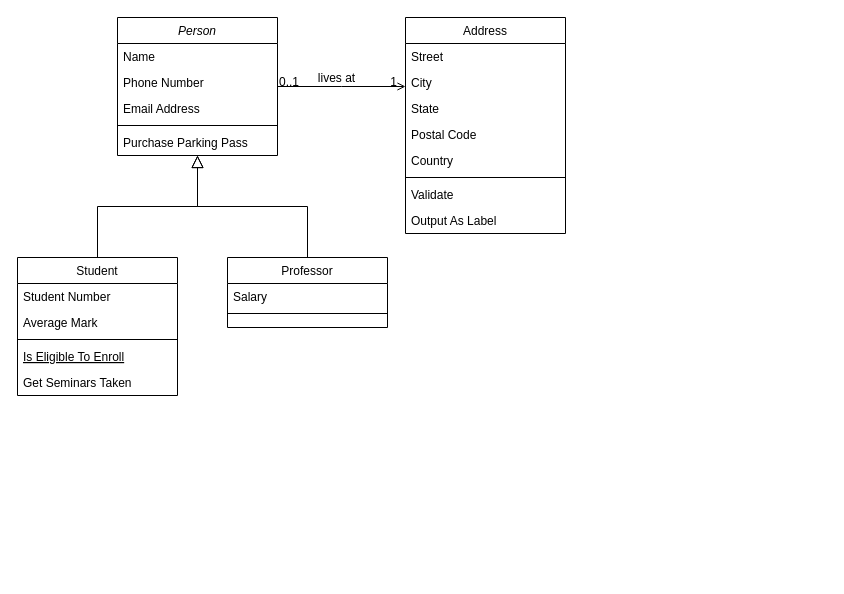
The draw.io diagram database-diagram.drawio in jezreelkosasih/diagram, before the edit. Source tidied: cells renumbered, new cells numbered last; positions are measured from the earlier drawing's top-left corner, leaving out a move shared by most shapes. Both pictures are drawn from the tidied source at 100%, with x=0, y=0 at pixel (17, 17).
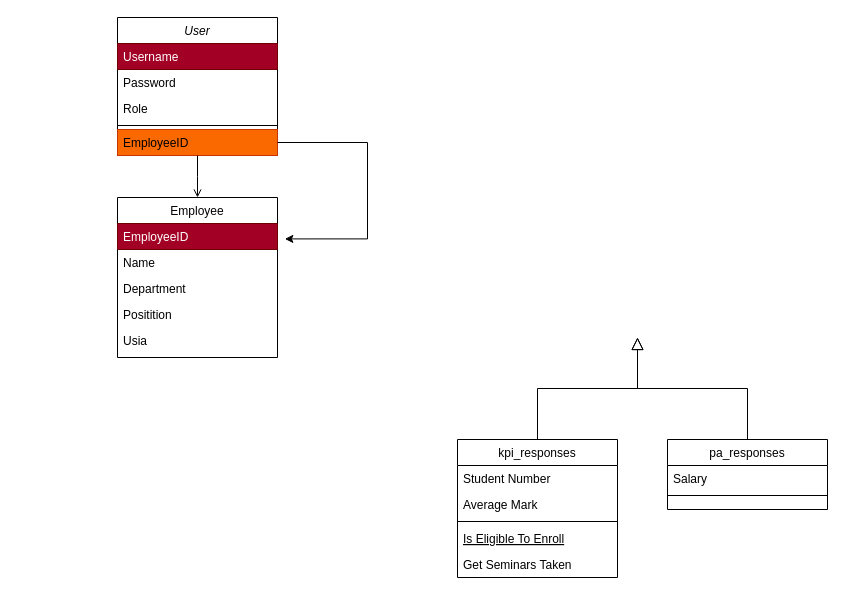
The same diagram, later.

The change refers to these unchanged cells:
```xml
<mxCell id="28" style="endArrow=open;shadow=0;strokeWidth=1;rounded=0;endFill=1;edgeStyle=elbowEdgeStyle;elbow=vertical;" parent="1" edge="1" source="2" target="19">
  <mxGeometry x="0.5" y="41" relative="1" as="geometry">
    <mxPoint x="-40" y="32" as="offset" />
  </mxGeometry>
</mxCell>
```

Diff of the diagram source:
```diff
@@
-    <mxCell id="2" value="Person" style="swimlane;fontStyle=2;align=center;verticalAlign=top;horizontal=1;startSize=26;rounded=0;shadow=0;strokeWidth=1;" parent="1" vertex="1">
+    <mxCell id="2" value="User" style="swimlane;fontStyle=2;align=center;verticalAlign=top;horizontal=1;startSize=26;rounded=0;shadow=0;strokeWidth=1;" parent="1" vertex="1">
       <mxGeometry x="100" width="160" height="138" as="geometry" />
     </mxCell>
-    <mxCell id="3" value="Name" style="text;align=left;verticalAlign=top;spacingLeft=4;spacingRight=4;overflow=hidden;" parent="2" vertex="1">
+    <mxCell id="3" value="Username" style="text;align=left;verticalAlign=top;spacingLeft=4;spacingRight=4;overflow=hidden;fillColor=#a20025;fontColor=#ffffff;strokeColor=#6F0000;" parent="2" vertex="1">
       <mxGeometry y="26" width="160" height="26" as="geometry" />
     </mxCell>
-    <mxCell id="4" value="Phone Number" style="text;align=left;verticalAlign=top;spacingLeft=4;spacingRight=4;overflow=hidden;rounded=0;shadow=0;html=0;" parent="2" vertex="1">
+    <mxCell id="4" value="Password" style="text;align=left;verticalAlign=top;spacingLeft=4;spacingRight=4;overflow=hidden;rounded=0;shadow=0;html=0;" parent="2" vertex="1">
       <mxGeometry y="52" width="160" height="26" as="geometry" />
     </mxCell>
-    <mxCell id="5" value="Email Address" style="text;align=left;verticalAlign=top;spacingLeft=4;spacingRight=4;overflow=hidden;rounded=0;shadow=0;html=0;" parent="2" vertex="1">
+    <mxCell id="5" value="Role" style="text;align=left;verticalAlign=top;spacingLeft=4;spacingRight=4;overflow=hidden;rounded=0;shadow=0;html=0;" parent="2" vertex="1">
       <mxGeometry y="78" width="160" height="26" as="geometry" />
     </mxCell>
@@
-    <mxCell id="7" value="Purchase Parking Pass" style="text;align=left;verticalAlign=top;spacingLeft=4;spacingRight=4;overflow=hidden;points=[[0,0.5],[1,0.5]];portConstraint=eastwest;" parent="2" vertex="1">
+    <mxCell id="7" value="EmployeeID" style="text;align=left;verticalAlign=top;spacingLeft=4;spacingRight=4;overflow=hidden;points=[[0,0.5],[1,0.5]];portConstraint=eastwest;fillColor=#fa6800;fontColor=#000000;strokeColor=#C73500;" parent="2" vertex="1">
       <mxGeometry y="112" width="160" height="26" as="geometry" />
     </mxCell>
-    <mxCell id="8" value="Student" style="swimlane;fontStyle=0;align=center;verticalAlign=top;horizontal=1;startSize=26;rounded=0;shadow=0;strokeWidth=1;" parent="1" vertex="1">
-      <mxGeometry y="240" width="160" height="138" as="geometry" />
+    <mxCell id="8" value="kpi_responses" style="swimlane;fontStyle=0;align=center;verticalAlign=top;horizontal=1;startSize=26;rounded=0;shadow=0;strokeWidth=1;" parent="1" vertex="1">
+      <mxGeometry x="440" y="422" width="160" height="138" as="geometry" />
     </mxCell>
@@
-    <mxCell id="14" style="endArrow=block;endSize=10;endFill=0;shadow=0;strokeWidth=1;rounded=0;edgeStyle=elbowEdgeStyle;elbow=vertical;" parent="1" edge="1" source="8" target="2">
-      <mxGeometry relative="1" as="geometry" />
+    <mxCell id="14" style="endArrow=block;endSize=10;endFill=0;shadow=0;strokeWidth=1;rounded=0;edgeStyle=elbowEdgeStyle;elbow=vertical;" parent="1" edge="1" source="8">
+      <mxGeometry relative="1" as="geometry">
+        <mxPoint x="620" y="320" as="targetPoint" />
+      </mxGeometry>
     </mxCell>
-    <mxCell id="15" value="Professor" style="swimlane;fontStyle=0;align=center;verticalAlign=top;horizontal=1;startSize=26;rounded=0;shadow=0;strokeWidth=1;" parent="1" vertex="1">
-      <mxGeometry x="210" y="240" width="160" height="70" as="geometry" />
+    <mxCell id="15" value="pa_responses" style="swimlane;fontStyle=0;align=center;verticalAlign=top;horizontal=1;startSize=26;rounded=0;shadow=0;strokeWidth=1;" parent="1" vertex="1">
+      <mxGeometry x="650" y="422" width="160" height="70" as="geometry" />
     </mxCell>
@@
-    <mxCell id="18" style="endArrow=block;endSize=10;endFill=0;shadow=0;strokeWidth=1;rounded=0;edgeStyle=elbowEdgeStyle;elbow=vertical;" parent="1" edge="1" source="15" target="2">
-      <mxGeometry relative="1" as="geometry" />
+    <mxCell id="18" style="endArrow=block;endSize=10;endFill=0;shadow=0;strokeWidth=1;rounded=0;edgeStyle=elbowEdgeStyle;elbow=vertical;" parent="1" edge="1" source="15">
+      <mxGeometry relative="1" as="geometry">
+        <mxPoint x="620" y="320" as="targetPoint" />
+      </mxGeometry>
     </mxCell>
-    <mxCell id="19" value="Address" style="swimlane;fontStyle=0;align=center;verticalAlign=top;horizontal=1;startSize=26;rounded=0;shadow=0;strokeWidth=1;" parent="1" vertex="1">
-      <mxGeometry x="388" width="160" height="216" as="geometry" />
+    <mxCell id="19" value="Employee" style="swimlane;fontStyle=0;align=center;verticalAlign=top;horizontal=1;startSize=26;rounded=0;shadow=0;strokeWidth=1;" parent="1" vertex="1">
+      <mxGeometry x="100" y="180" width="160" height="160" as="geometry" />
     </mxCell>
-    <mxCell id="20" value="Street" style="text;align=left;verticalAlign=top;spacingLeft=4;spacingRight=4;overflow=hidden;points=[[0,0.5],[1,0.5]];portConstraint=eastwest;" parent="19" vertex="1">
+    <mxCell id="20" value="EmployeeID" style="text;align=left;verticalAlign=top;spacingLeft=4;spacingRight=4;overflow=hidden;points=[[0,0.5],[1,0.5]];portConstraint=eastwest;fillColor=#a20025;fontColor=#ffffff;strokeColor=#6F0000;" parent="19" vertex="1">
       <mxGeometry y="26" width="160" height="26" as="geometry" />
     </mxCell>
-    <mxCell id="21" value="City" style="text;align=left;verticalAlign=top;spacingLeft=4;spacingRight=4;overflow=hidden;rounded=0;shadow=0;html=0;" parent="19" vertex="1">
+    <mxCell id="21" value="Name" style="text;align=left;verticalAlign=top;spacingLeft=4;spacingRight=4;overflow=hidden;rounded=0;shadow=0;html=0;" parent="19" vertex="1">
       <mxGeometry y="52" width="160" height="26" as="geometry" />
     </mxCell>
-    <mxCell id="22" value="State" style="text;align=left;verticalAlign=top;spacingLeft=4;spacingRight=4;overflow=hidden;rounded=0;shadow=0;html=0;" parent="19" vertex="1">
+    <mxCell id="22" value="Department" style="text;align=left;verticalAlign=top;spacingLeft=4;spacingRight=4;overflow=hidden;rounded=0;shadow=0;html=0;" parent="19" vertex="1">
       <mxGeometry y="78" width="160" height="26" as="geometry" />
     </mxCell>
-    <mxCell id="23" value="Postal Code" style="text;align=left;verticalAlign=top;spacingLeft=4;spacingRight=4;overflow=hidden;rounded=0;shadow=0;html=0;" parent="19" vertex="1">
+    <mxCell id="23" value="Positition" style="text;align=left;verticalAlign=top;spacingLeft=4;spacingRight=4;overflow=hidden;rounded=0;shadow=0;html=0;" parent="19" vertex="1">
       <mxGeometry y="104" width="160" height="26" as="geometry" />
     </mxCell>
-    <mxCell id="24" value="Country" style="text;align=left;verticalAlign=top;spacingLeft=4;spacingRight=4;overflow=hidden;rounded=0;shadow=0;html=0;" parent="19" vertex="1">
+    <mxCell id="24" value="Usia" style="text;align=left;verticalAlign=top;spacingLeft=4;spacingRight=4;overflow=hidden;rounded=0;shadow=0;html=0;" parent="19" vertex="1">
       <mxGeometry y="130" width="160" height="26" as="geometry" />
     </mxCell>
-    <mxCell id="25" style="line;html=1;strokeWidth=1;align=left;verticalAlign=middle;spacingTop=-1;spacingLeft=3;spacingRight=3;labelPosition=right;" parent="19" vertex="1">
-      <mxGeometry y="156" width="160" height="8" as="geometry" />
-    </mxCell>
-    <mxCell id="26" value="Validate" style="text;align=left;verticalAlign=top;spacingLeft=4;spacingRight=4;overflow=hidden;" parent="19" vertex="1">
-      <mxGeometry y="164" width="160" height="26" as="geometry" />
-    </mxCell>
-    <mxCell id="27" value="Output As Label" style="text;align=left;verticalAlign=top;spacingLeft=4;spacingRight=4;overflow=hidden;" parent="19" vertex="1">
-      <mxGeometry y="190" width="160" height="26" as="geometry" />
-    </mxCell>
@@
-    <mxCell id="29" value="0..1" style="align=left;verticalAlign=bottom;labelBackgroundColor=none;fontSize=12;" parent="28" vertex="1">
-      <mxGeometry x="-1" relative="1" as="geometry">
-        <mxPoint y="4" as="offset" />
-      </mxGeometry>
-    </mxCell>
-    <mxCell id="30" value="1" style="align=right;verticalAlign=bottom;labelBackgroundColor=none;fontSize=12;" parent="28" vertex="1">
-      <mxGeometry x="1" relative="1" as="geometry">
-        <mxPoint x="-7" y="4" as="offset" />
-      </mxGeometry>
-    </mxCell>
-    <mxCell id="31" value="lives at" style="text;html=1;align=center;verticalAlign=middle;labelBackgroundColor=none;rounded=0;shadow=0;strokeWidth=1;fontSize=12;" parent="28" vertex="1">
-      <mxGeometry x="0.5" y="49" relative="1" as="geometry">
-        <mxPoint x="-38" y="40" as="offset" />
-      </mxGeometry>
-    </mxCell>
+    <mxCell id="32" style="edgeStyle=orthogonalEdgeStyle;rounded=0;jettySize=auto;html=1;entryX=1.046;entryY=0.593;entryDx=0;entryDy=0;entryPerimeter=0;" parent="1" edge="1" source="7" target="20">
+      <mxGeometry relative="1" as="geometry">
+        <Array as="points">
+          <mxPoint x="350" y="125" />
+          <mxPoint x="350" y="221" />
+        </Array>
+      </mxGeometry>
+    </mxCell>
```
